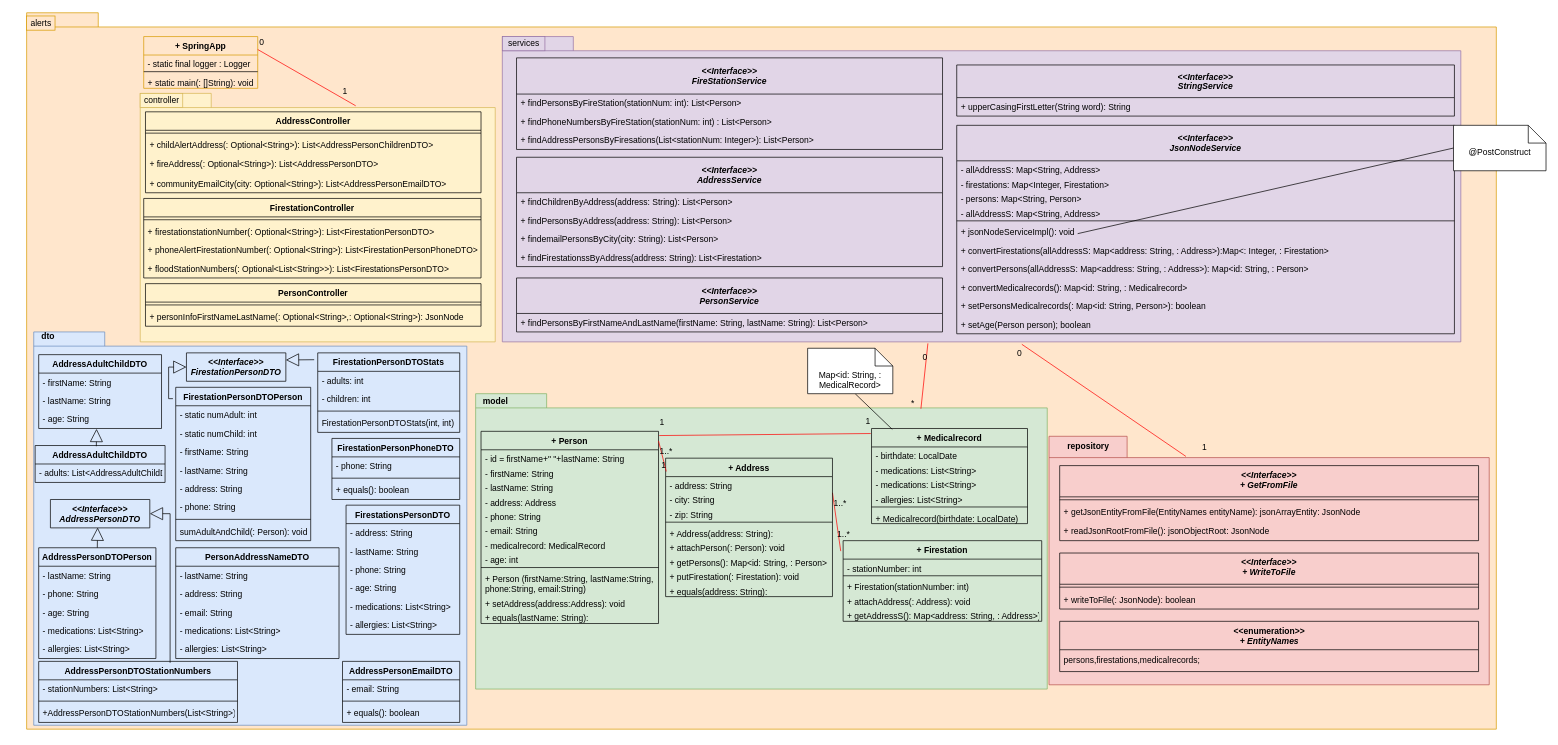
This is page "ClassDiagram1" (1 of 2) of UML/classDiagram.drawio from andrechico999/https-github.com-emmo78-com.safetynet.alerts, a draw.io file, before an edit. Source tidied: cells renumbered, new cells numbered last; positions are measured from the earlier drawing's top-left corner, leaving out a move shared by most shapes. Both pictures are drawn from the tidied source at 71%, with x=0, y=0 at pixel (12, 12).
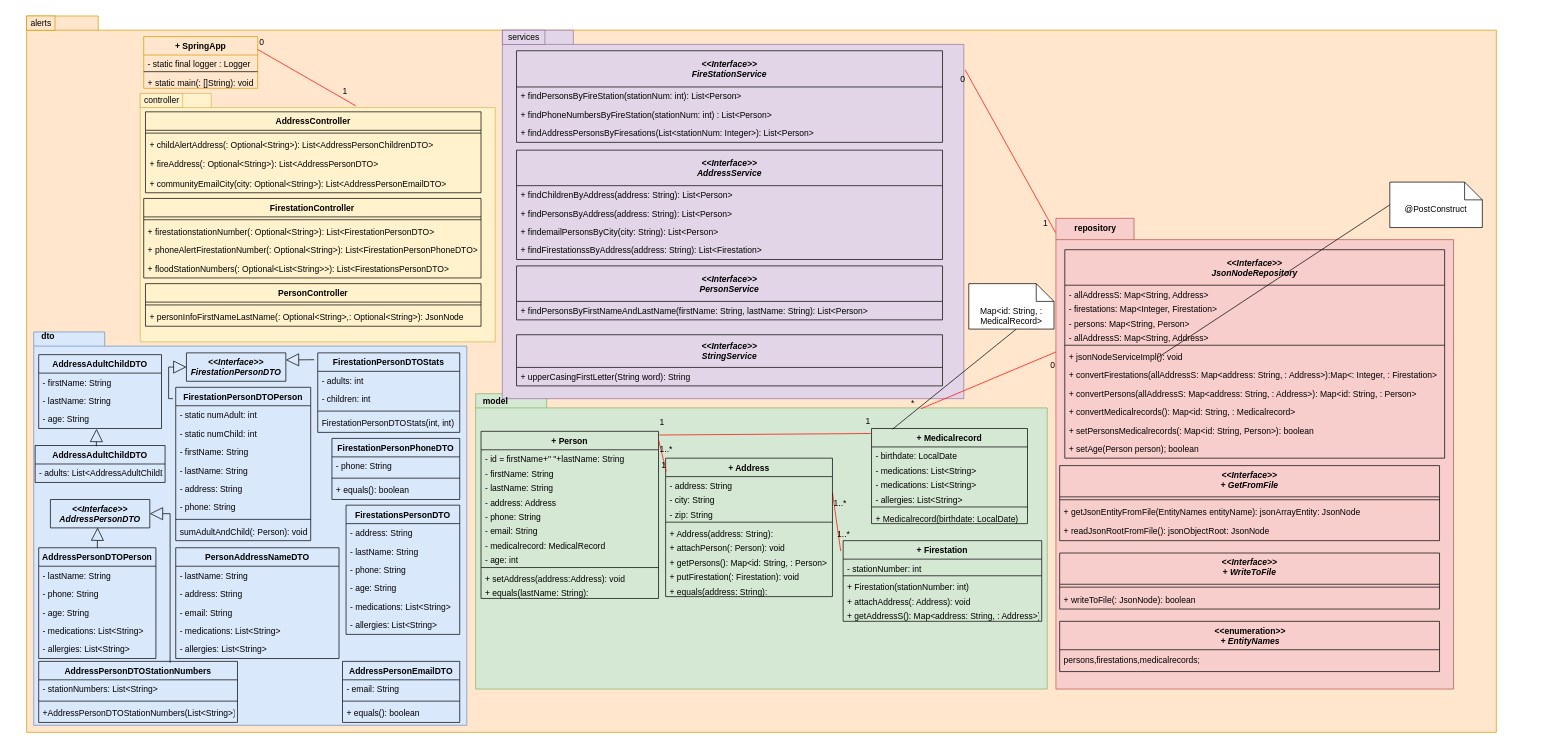
Above is the later version.

The change refers to these unchanged cells:
```xml
<mxCell id="12" style="shape=folder;fontStyle=1;spacingTop=10;tabWidth=100;tabHeight=20;tabPosition=left;html=1;fillColor=#d5e8d4;strokeColor=#82b366;" parent="1" vertex="1">
  <mxGeometry x="652.4" y="537" width="805.1" height="416" as="geometry" />
</mxCell>
```

Change to the diagram source:
```diff
@@
     <mxCell id="3" style="shape=folder;fontStyle=1;spacingTop=10;tabWidth=100;tabHeight=20;tabPosition=left;html=1;fillColor=#ffe6cc;strokeColor=#d79b00;" parent="1" vertex="1">
-      <mxGeometry x="20" y="0.5" width="2070" height="1009" as="geometry" />
+      <mxGeometry x="20" y="5" width="2070" height="1009" as="geometry" />
     </mxCell>
@@
     <mxCell id="13" value="+ Person" style="swimlane;fontStyle=1;align=center;verticalAlign=top;horizontal=1;startSize=26;fillColor=#d5e8d4;strokeColor=#000000;" parent="1" vertex="1">
-      <mxGeometry x="660" y="590" width="250" height="270.7" as="geometry" />
+      <mxGeometry x="660" y="590" width="250" height="235.4" as="geometry" />
     </mxCell>
@@
-    <mxCell id="23" value="+ Person (firstName:String, lastName:String,&#10;phone:String, email:String)" style="text;strokeColor=none;fillColor=none;align=left;verticalAlign=top;spacingLeft=4;spacingRight=4;overflow=hidden;" parent="13" vertex="1">
-      <mxGeometry y="195" width="250" height="35.3" as="geometry" />
-    </mxCell>
     <mxCell id="24" value="+ setAddress(address:Address): void" style="text;strokeColor=none;fillColor=none;align=left;verticalAlign=top;spacingLeft=4;spacingRight=4;overflow=hidden;" parent="13" vertex="1">
-      <mxGeometry y="230.3" width="250" height="20" as="geometry" />
+      <mxGeometry y="195" width="250" height="20" as="geometry" />
     </mxCell>
     <mxCell id="25" value="+ equals(lastName: String):" style="text;strokeColor=none;fillColor=none;align=left;verticalAlign=top;spacingLeft=4;spacingRight=4;overflow=hidden;" parent="13" vertex="1">
-      <mxGeometry y="250.3" width="250" height="20.3" as="geometry" />
+      <mxGeometry y="215" width="250" height="20.3" as="geometry" />
     </mxCell>
@@
     <mxCell id="51" style="shape=folder;fontStyle=1;spacingTop=10;tabWidth=100;tabHeight=20;tabPosition=left;html=1;fillColor=#e1d5e7;strokeColor=#9673a6;" parent="1" vertex="1">
-      <mxGeometry x="690" y="34" width="1350" height="430" as="geometry" />
+      <mxGeometry x="690" y="25" width="650" height="519" as="geometry" />
     </mxCell>
     <mxCell id="52" value="services" style="text;html=1;align=center;verticalAlign=middle;strokeColor=#9673a6;fillColor=#e1d5e7;glass=0;" parent="1" vertex="1">
-      <mxGeometry x="690" y="34" width="60" height="20" as="geometry" />
+      <mxGeometry x="690" y="25" width="60" height="20" as="geometry" />
     </mxCell>
     <mxCell id="53" value="&lt;&lt;Interface&gt;&gt;&#10;FireStationService" style="swimlane;fontStyle=3;horizontal=1;startSize=51;fillColor=none;" parent="1" vertex="1">
-      <mxGeometry x="710" y="64" width="600" height="129" as="geometry" />
+      <mxGeometry x="710" y="54" width="600" height="129" as="geometry" />
     </mxCell>
@@
     <mxCell id="57" value="&lt;&lt;Interface&gt;&gt;&#10;AddressService" style="swimlane;fontStyle=3;horizontal=1;startSize=50;fillColor=none;" parent="1" vertex="1">
-      <mxGeometry x="710" y="204" width="600" height="154" as="geometry" />
+      <mxGeometry x="710" y="194" width="600" height="154" as="geometry" />
     </mxCell>
@@
     <mxCell id="62" value="&lt;&lt;Interface&gt;&gt;&#10;PersonService" style="swimlane;fontStyle=3;horizontal=1;startSize=50;fillColor=none;" parent="1" vertex="1">
-      <mxGeometry x="710" y="374" width="600" height="76" as="geometry" />
+      <mxGeometry x="710" y="357" width="600" height="76" as="geometry" />
     </mxCell>
@@
     <mxCell id="66" value="repository" style="shape=folder;fontStyle=1;tabWidth=110;tabHeight=30;tabPosition=left;html=1;boundedLbl=1;labelInHeader=1;fontSize=12;fillColor=#f8cecc;strokeColor=#b85450;" parent="1" vertex="1">
-      <mxGeometry x="1460" y="597" width="620" height="350" as="geometry" />
+      <mxGeometry x="1469.7" y="290" width="560" height="663" as="geometry" />
     </mxCell>
@@
     <mxCell id="68" value="Map&amp;lt;id: String, : MedicalRecord&amp;gt;" style="shape=note2;boundedLbl=1;whiteSpace=wrap;html=1;size=25;verticalAlign=top;align=center;fontSize=12;" parent="1" vertex="1">
-      <mxGeometry x="1120" y="473" width="120" height="64" as="geometry" />
+      <mxGeometry x="1347" y="382" width="120" height="64" as="geometry" />
     </mxCell>
-    <mxCell id="69" value="&lt;&lt;Interface&gt;&gt;&#10;JsonNodeService" style="swimlane;fontStyle=3;horizontal=1;startSize=50;fillColor=none;" parent="1" vertex="1">
-      <mxGeometry x="1330" y="159" width="701" height="293.6" as="geometry" />
+    <mxCell id="69" value="&lt;&lt;Interface&gt;&gt;&#10;JsonNodeRepository" style="swimlane;fontStyle=3;horizontal=1;startSize=50;fillColor=none;" parent="1" vertex="1">
+      <mxGeometry x="1482.2" y="334.2" width="535" height="293.6" as="geometry" />
     </mxCell>
     <mxCell id="70" value="- allAddressS: Map&lt;String, Address&gt;" style="text;strokeColor=none;fillColor=none;align=left;verticalAlign=top;spacingLeft=4;spacingRight=4;overflow=hidden;" parent="69" vertex="1">
-      <mxGeometry y="50" width="701" height="20.3" as="geometry" />
+      <mxGeometry y="50" width="535" height="20.3" as="geometry" />
     </mxCell>
     <mxCell id="71" value="- firestations: Map&lt;Integer, Firestation&gt;" style="text;strokeColor=none;fillColor=none;align=left;verticalAlign=top;spacingLeft=4;spacingRight=4;overflow=hidden;" parent="69" vertex="1">
-      <mxGeometry y="70.3" width="701" height="20.3" as="geometry" />
+      <mxGeometry y="70.3" width="535" height="20.3" as="geometry" />
     </mxCell>
     <mxCell id="72" value="- persons: Map&lt;String, Person&gt;" style="text;strokeColor=none;fillColor=none;align=left;verticalAlign=top;spacingLeft=4;spacingRight=4;overflow=hidden;" parent="69" vertex="1">
-      <mxGeometry y="90.7" width="701" height="20.3" as="geometry" />
+      <mxGeometry y="90.7" width="535" height="20.3" as="geometry" />
     </mxCell>
     <mxCell id="73" value="- allAddressS: Map&lt;String, Address&gt;" style="text;strokeColor=none;fillColor=none;align=left;verticalAlign=top;spacingLeft=4;spacingRight=4;overflow=hidden;" parent="69" vertex="1">
-      <mxGeometry y="111" width="701" height="20.3" as="geometry" />
+      <mxGeometry y="111" width="535" height="20.3" as="geometry" />
     </mxCell>
     <mxCell id="74" style="line;strokeWidth=1;fillColor=none;align=left;verticalAlign=middle;spacingTop=-1;spacingLeft=3;spacingRight=3;labelPosition=right;" parent="69" vertex="1">
-      <mxGeometry y="131.4" width="701" height="6.3" as="geometry" />
+      <mxGeometry y="131.4" width="535" height="6.3" as="geometry" />
     </mxCell>
     <mxCell id="75" value="+ jsonNodeServiceImpl(): void" style="text;strokeColor=none;fillColor=none;align=left;verticalAlign=top;spacingLeft=4;spacingRight=4;overflow=hidden;points=[[0,0.5],[1,0.5]];portConstraint=eastwest;" parent="69" vertex="1">
-      <mxGeometry y="137.6" width="701" height="26" as="geometry" />
+      <mxGeometry y="137.6" width="535" height="26" as="geometry" />
     </mxCell>
     <mxCell id="76" value="+ convertFirestations(allAddressS: Map&lt;address: String, : Address&gt;):Map&lt;: Integer, : Firestation&gt;" style="text;strokeColor=none;fillColor=none;align=left;verticalAlign=top;spacingLeft=4;spacingRight=4;overflow=hidden;" parent="69" vertex="1">
-      <mxGeometry y="163.6" width="701" height="26" as="geometry" />
+      <mxGeometry y="163.6" width="535" height="26" as="geometry" />
     </mxCell>
     <mxCell id="77" value="+ convertPersons(allAddressS: Map&lt;address: String, : Address&gt;): Map&lt;id: String, : Person&gt;" style="text;strokeColor=none;fillColor=none;align=left;verticalAlign=top;spacingLeft=4;spacingRight=4;overflow=hidden;" parent="69" vertex="1">
-      <mxGeometry y="189.6" width="701" height="26" as="geometry" />
+      <mxGeometry y="189.6" width="535" height="26" as="geometry" />
     </mxCell>
     <mxCell id="78" value="+ convertMedicalrecords(): Map&lt;id: String, : Medicalrecord&gt;" style="text;strokeColor=none;fillColor=none;align=left;verticalAlign=top;spacingLeft=4;spacingRight=4;overflow=hidden;" parent="69" vertex="1">
-      <mxGeometry y="215.6" width="701" height="26" as="geometry" />
+      <mxGeometry y="215.6" width="535" height="26" as="geometry" />
     </mxCell>
     <mxCell id="79" value="+ setPersonsMedicalrecords(: Map&lt;id: String, Person&gt;): boolean" style="text;strokeColor=none;fillColor=none;align=left;verticalAlign=top;spacingLeft=4;spacingRight=4;overflow=hidden;" parent="69" vertex="1">
-      <mxGeometry y="241.6" width="701" height="26" as="geometry" />
+      <mxGeometry y="241.6" width="535" height="26" as="geometry" />
     </mxCell>
     <mxCell id="80" value="+ setAge(Person person); boolean" style="text;strokeColor=none;fillColor=none;align=left;verticalAlign=top;spacingLeft=4;spacingRight=4;overflow=hidden;" parent="69" vertex="1">
-      <mxGeometry y="267.6" width="701" height="26" as="geometry" />
+      <mxGeometry y="267.6" width="535" height="26" as="geometry" />
     </mxCell>
@@
-    <mxCell id="94" style="endArrow=none;html=1;rounded=0;align=center;verticalAlign=top;endFill=0;labelBackgroundColor=none;strokeColor=#FF0000;entryX=0.542;entryY=1.008;entryDx=0;entryDy=0;entryPerimeter=0;exitX=0.311;exitY=0.081;exitDx=0;exitDy=0;exitPerimeter=0;" parent="1" edge="1" source="66" target="51">
+    <mxCell id="94" style="endArrow=none;html=1;rounded=0;align=center;verticalAlign=top;endFill=0;labelBackgroundColor=none;strokeColor=#FF0000;entryX=1.003;entryY=0.108;entryDx=0;entryDy=0;entryPerimeter=0;exitX=-0.001;exitY=0.03;exitDx=0;exitDy=0;exitPerimeter=0;" parent="1" edge="1" source="66" target="51">
       <mxGeometry relative="1" as="geometry" />
     </mxCell>
     <mxCell id="95" value="1" style="html=1;align=left;verticalAlign=top;labelBackgroundColor=none;" parent="94" vertex="1">
       <mxGeometry x="-1" relative="1" as="geometry">
-        <mxPoint x="21" y="-26" as="offset" />
+        <mxPoint x="-19" y="-26" as="offset" />
       </mxGeometry>
     </mxCell>
@@
-    <mxCell id="97" style="endArrow=none;html=1;rounded=0;align=center;verticalAlign=top;endFill=0;labelBackgroundColor=none;strokeColor=#FF0000;entryX=0.444;entryY=1.005;entryDx=0;entryDy=0;entryPerimeter=0;exitX=0.779;exitY=0.051;exitDx=0;exitDy=0;exitPerimeter=0;" parent="1" edge="1" source="12" target="51">
+    <mxCell id="97" style="endArrow=none;html=1;rounded=0;align=center;verticalAlign=top;endFill=0;labelBackgroundColor=none;strokeColor=#FF0000;entryX=0;entryY=0;entryDx=0;entryDy=188.25;entryPerimeter=0;exitX=0.779;exitY=0.051;exitDx=0;exitDy=0;exitPerimeter=0;" parent="1" edge="1" source="12" target="66">
       <mxGeometry relative="1" as="geometry" />
     </mxCell>
@@
     <mxCell id="100" value="&lt;&lt;Interface&gt;&gt;&#10;StringService" style="swimlane;fontStyle=3;horizontal=1;startSize=46;fillColor=none;" parent="1" vertex="1">
-      <mxGeometry x="1330" y="74" width="701" height="72" as="geometry" />
+      <mxGeometry x="710" y="454" width="600" height="72" as="geometry" />
     </mxCell>
     <mxCell id="101" value="+ upperCasingFirstLetter(String word): String" style="text;strokeColor=none;fillColor=none;align=left;verticalAlign=top;spacingLeft=4;spacingRight=4;overflow=hidden;" parent="100" vertex="1">
-      <mxGeometry y="46" width="701" height="26" as="geometry" />
+      <mxGeometry y="46" width="600" height="26" as="geometry" />
     </mxCell>
     <mxCell id="102" value="&lt;&lt;Interface&gt;&gt;&#10;+ GetFromFile" style="swimlane;fontStyle=3;align=center;verticalAlign=top;horizontal=1;startSize=44;fontSize=12;fillColor=#f8cecc;strokeColor=#000000;" parent="1" vertex="1">
-      <mxGeometry x="1475" y="638.3" width="590" height="105.7" as="geometry" />
+      <mxGeometry x="1475" y="638.3" width="535" height="105.7" as="geometry" />
     </mxCell>
     <mxCell id="103" style="line;strokeWidth=1;fillColor=none;align=left;verticalAlign=middle;spacingTop=-1;spacingLeft=3;spacingRight=3;labelPosition=right;fontSize=12;" parent="102" vertex="1">
-      <mxGeometry y="44" width="590" height="8.2" as="geometry" />
+      <mxGeometry y="44" width="535" height="8.2" as="geometry" />
     </mxCell>
     <mxCell id="104" value="+ getJsonEntityFromFile(EntityNames entityName): jsonArrayEntity: JsonNode " style="text;strokeColor=none;fillColor=none;align=left;verticalAlign=top;spacingLeft=4;spacingRight=4;overflow=hidden;fontSize=12;" parent="102" vertex="1">
-      <mxGeometry y="52.2" width="590" height="26.7" as="geometry" />
+      <mxGeometry y="52.2" width="535" height="26.7" as="geometry" />
     </mxCell>
     <mxCell id="105" value="+ readJsonRootFromFile(): jsonObjectRoot: JsonNode " style="text;strokeColor=none;fillColor=none;align=left;verticalAlign=top;spacingLeft=4;spacingRight=4;overflow=hidden;fontSize=12;" parent="102" vertex="1">
-      <mxGeometry y="78.9" width="590" height="26.7" as="geometry" />
+      <mxGeometry y="78.9" width="535" height="26.7" as="geometry" />
     </mxCell>
     <mxCell id="106" value="&lt;&lt;Interface&gt;&gt;&#10;+ WriteToFile" style="swimlane;fontStyle=3;align=center;verticalAlign=top;horizontal=1;startSize=44;fontSize=12;fillColor=#f8cecc;strokeColor=#000000;" parent="1" vertex="1">
-      <mxGeometry x="1475" y="761.4" width="590" height="78.9" as="geometry" />
+      <mxGeometry x="1475" y="761.4" width="535" height="78.9" as="geometry" />
     </mxCell>
     <mxCell id="107" style="line;strokeWidth=1;fillColor=none;align=left;verticalAlign=middle;spacingTop=-1;spacingLeft=3;spacingRight=3;labelPosition=right;fontSize=12;" parent="106" vertex="1">
-      <mxGeometry y="44" width="590" height="8.2" as="geometry" />
+      <mxGeometry y="44" width="535" height="8.2" as="geometry" />
     </mxCell>
     <mxCell id="108" value="+ writeToFile(: JsonNode): boolean" style="text;strokeColor=none;fillColor=none;align=left;verticalAlign=top;spacingLeft=4;spacingRight=4;overflow=hidden;fontSize=12;" parent="106" vertex="1">
-      <mxGeometry y="52.2" width="590" height="26.7" as="geometry" />
+      <mxGeometry y="52.2" width="535" height="26.7" as="geometry" />
     </mxCell>
     <mxCell id="109" value="&lt;b&gt;&amp;lt;&amp;lt;enumeration&amp;gt;&amp;gt;&lt;br&gt;&lt;i style=&quot;&quot;&gt;+&amp;nbsp;EntityNames&lt;/i&gt;&lt;/b&gt;" style="swimlane;fontStyle=0;align=center;verticalAlign=top;horizontal=1;startSize=40;html=1;fillColor=#f8cecc;strokeColor=#000000;" parent="1" vertex="1">
-      <mxGeometry x="1475" y="857.6" width="590" height="70.8" as="geometry" />
+      <mxGeometry x="1475" y="857.6" width="535" height="70.8" as="geometry" />
     </mxCell>
     <mxCell id="110" value="persons,firestations,medicalrecords;" style="text;html=1;strokeColor=none;fillColor=none;align=left;verticalAlign=middle;spacingLeft=4;spacingRight=4;overflow=hidden;" parent="109" vertex="1">
-      <mxGeometry y="40" width="590" height="30.8" as="geometry" />
+      <mxGeometry y="40" width="535" height="30.8" as="geometry" />
     </mxCell>
@@
     <mxCell id="181" value="@PostConstruct" style="shape=note2;boundedLbl=1;whiteSpace=wrap;html=1;size=25;verticalAlign=top;align=center;fontSize=12;" parent="1" vertex="1">
-      <mxGeometry x="2029.7" y="159" width="130.3" height="64" as="geometry" />
+      <mxGeometry x="1940" y="239" width="130.3" height="64" as="geometry" />
     </mxCell>
```
